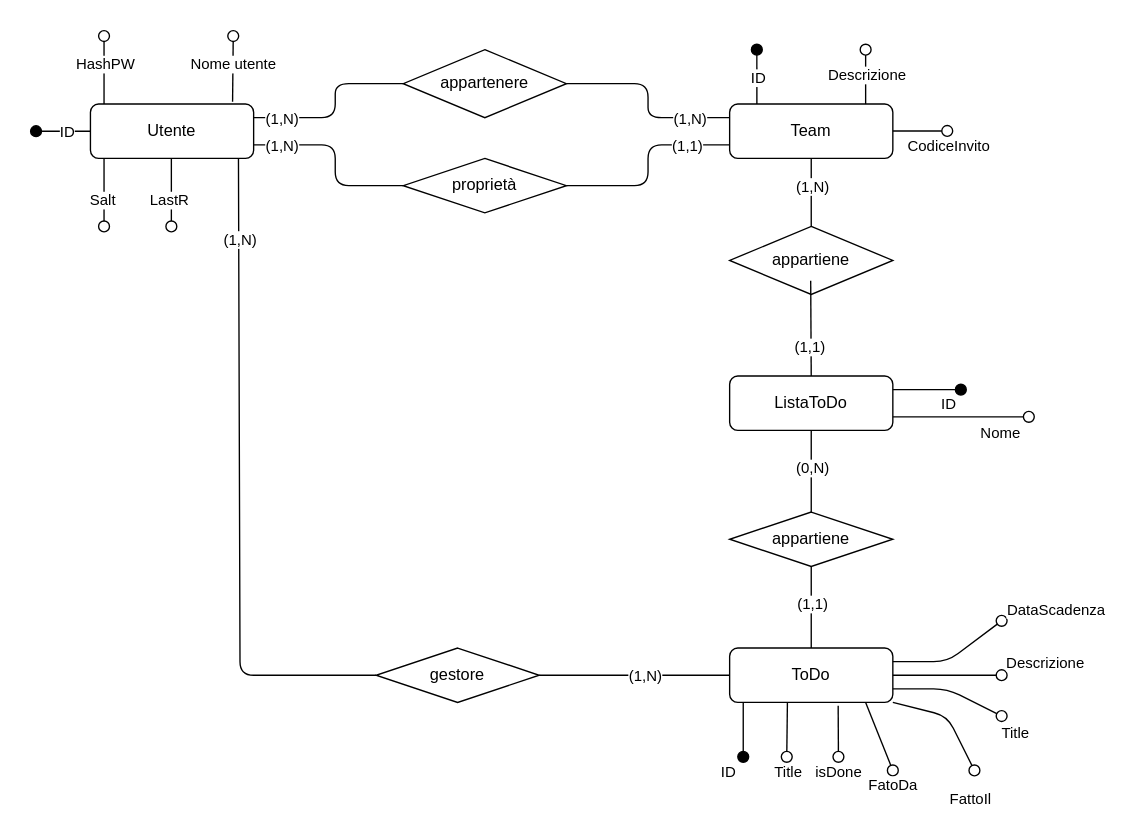
Above: ERdiagram.drawio in Slasto/TaskTeam (draw.io), before the change. Source tidied: cells renumbered, new cells numbered last; positions are measured from the earlier drawing's top-left corner, leaving out a move shared by most shapes. Both pictures are drawn from the tidied source at 136%, with x=0, y=0 at pixel (35, 35).
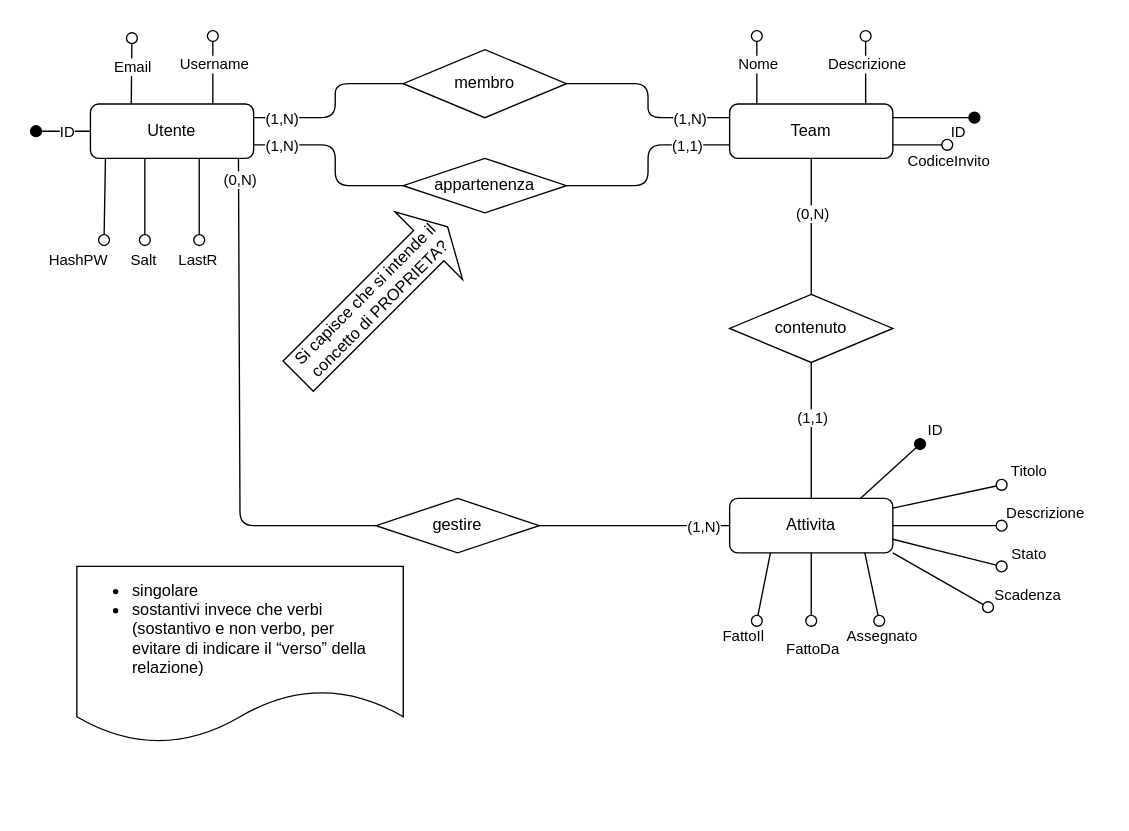
The same diagram, later.

Unchanged cells that the change refers to:
```xml
<mxCell id="2" value="Utente" style="rounded=1;whiteSpace=wrap;html=1;gradientColor=none;shadow=0;glass=0;" parent="1" vertex="1">
  <mxGeometry x="40" y="50" width="120" height="40" as="geometry" />
</mxCell>
<mxCell id="14" value="Team" style="rounded=1;whiteSpace=wrap;html=1;gradientColor=none;shadow=0;glass=0;" parent="1" vertex="1">
  <mxGeometry x="510" y="50" width="120" height="40" as="geometry" />
</mxCell>
<mxCell id="28" style="endArrow=none;html=1;exitX=1;exitY=0.5;exitDx=0;exitDy=0;entryX=0;entryY=0.5;entryDx=0;entryDy=0;" parent="1" edge="1" source="21" target="3">
  <mxGeometry relative="1" as="geometry" />
</mxCell>
<mxCell id="30" style="endArrow=none;html=1;exitX=0.5;exitY=0;exitDx=0;exitDy=0;entryX=0.5;entryY=1;entryDx=0;entryDy=0;" parent="1" edge="1" source="19" target="14">
  <mxGeometry relative="1" as="geometry" />
</mxCell>
```

Change to the diagram source:
```diff
@@
-    <mxCell id="3" value="ToDo" style="rounded=1;whiteSpace=wrap;html=1;gradientColor=none;shadow=0;glass=0;" parent="1" vertex="1">
-      <mxGeometry x="510" y="450" width="120" height="40" as="geometry" />
+    <mxCell id="3" value="Attivita" style="rounded=1;whiteSpace=wrap;html=1;gradientColor=none;shadow=0;glass=0;" parent="1" vertex="1">
+      <mxGeometry x="510" y="340" width="120" height="40" as="geometry" />
     </mxCell>
@@
-    <mxCell id="6" style="html=1;verticalAlign=bottom;labelBackgroundColor=none;endArrow=oval;endFill=0;endSize=8;" parent="1" edge="1">
+    <mxCell id="6" style="html=1;verticalAlign=bottom;labelBackgroundColor=none;endArrow=oval;endFill=0;endSize=8;exitX=0.092;exitY=1.003;exitDx=0;exitDy=0;exitPerimeter=0;" parent="1" edge="1" source="2">
       <mxGeometry relative="1" as="geometry">
-        <mxPoint x="50" y="50" as="sourcePoint" />
-        <mxPoint x="50" as="targetPoint" />
+        <mxPoint x="50" y="150" as="targetPoint" />
       </mxGeometry>
     </mxCell>
     <mxCell id="7" value="HashPW" style="edgeLabel;html=1;align=center;verticalAlign=middle;" parent="6" vertex="1">
       <mxGeometry x="0.58" y="-1" relative="1" as="geometry">
-        <mxPoint x="-1" y="10" as="offset" />
+        <mxPoint x="-19" y="27" as="offset" />
       </mxGeometry>
     </mxCell>
-    <mxCell id="8" style="html=1;verticalAlign=bottom;labelBackgroundColor=none;endArrow=oval;endFill=0;endSize=8;exitX=0.871;exitY=-0.04;exitDx=0;exitDy=0;exitPerimeter=0;" parent="1" edge="1" source="2">
+    <mxCell id="8" style="html=1;verticalAlign=bottom;labelBackgroundColor=none;endArrow=oval;endFill=0;endSize=8;exitX=0.75;exitY=0;exitDx=0;exitDy=0;" parent="1" edge="1" source="2">
       <mxGeometry relative="1" as="geometry">
-        <mxPoint x="145" as="targetPoint" />
+        <mxPoint x="130" as="targetPoint" />
       </mxGeometry>
     </mxCell>
-    <mxCell id="9" value="Nome utente" style="edgeLabel;html=1;align=center;verticalAlign=middle;" parent="8" vertex="1">
+    <mxCell id="9" value="Username" style="edgeLabel;html=1;align=center;verticalAlign=middle;" parent="8" vertex="1">
       <mxGeometry x="0.58" y="-1" relative="1" as="geometry">
         <mxPoint x="-1" y="10" as="offset" />
       </mxGeometry>
     </mxCell>
     <mxCell id="10" style="html=1;verticalAlign=bottom;labelBackgroundColor=none;endArrow=oval;endFill=0;endSize=8;" parent="1" edge="1">
       <mxGeometry relative="1" as="geometry">
-        <mxPoint x="50" y="90" as="sourcePoint" />
-        <mxPoint x="50" y="140" as="targetPoint" />
+        <mxPoint x="80" y="90" as="sourcePoint" />
+        <mxPoint x="80" y="150" as="targetPoint" />
       </mxGeometry>
     </mxCell>
     <mxCell id="11" value="Salt" style="edgeLabel;html=1;align=center;verticalAlign=middle;" parent="10" vertex="1">
       <mxGeometry x="0.58" y="-1" relative="1" as="geometry">
-        <mxPoint x="-1" y="-10" as="offset" />
+        <mxPoint x="-1" y="27" as="offset" />
       </mxGeometry>
     </mxCell>
     <mxCell id="12" style="html=1;verticalAlign=bottom;labelBackgroundColor=none;endArrow=oval;endFill=0;endSize=8;" parent="1" edge="1">
       <mxGeometry relative="1" as="geometry">
-        <mxPoint x="99.5" y="90" as="sourcePoint" />
-        <mxPoint x="99.5" y="140" as="targetPoint" />
+        <mxPoint x="120" y="90" as="sourcePoint" />
+        <mxPoint x="120" y="150" as="targetPoint" />
       </mxGeometry>
     </mxCell>
     <mxCell id="13" value="LastR" style="edgeLabel;html=1;align=center;verticalAlign=middle;" parent="12" vertex="1">
       <mxGeometry x="0.58" y="-1" relative="1" as="geometry">
-        <mxPoint x="-1" y="-10" as="offset" />
+        <mxPoint x="-1" y="27" as="offset" />
       </mxGeometry>
     </mxCell>
@@
-    <mxCell id="15" style="html=1;verticalAlign=bottom;labelBackgroundColor=none;endArrow=oval;endFill=1;endSize=8;exitX=0.167;exitY=0;exitDx=0;exitDy=0;exitPerimeter=0;" parent="1" edge="1" source="14">
+    <mxCell id="15" style="html=1;verticalAlign=bottom;labelBackgroundColor=none;endArrow=oval;endFill=1;endSize=8;exitX=1;exitY=0.25;exitDx=0;exitDy=0;" parent="1" edge="1" source="14">
       <mxGeometry relative="1" as="geometry">
-        <mxPoint x="530" y="10" as="targetPoint" />
+        <mxPoint x="690" y="60" as="targetPoint" />
       </mxGeometry>
     </mxCell>
@@
     <mxCell id="17" style="html=1;verticalAlign=bottom;labelBackgroundColor=none;endArrow=oval;endFill=0;endSize=8;exitX=0.917;exitY=0;exitDx=0;exitDy=0;exitPerimeter=0;" parent="1" edge="1">
       <mxGeometry relative="1" as="geometry">
         <mxPoint x="610" y="50" as="sourcePoint" />
-        <mxPoint x="610" y="10" as="targetPoint" />
+        <mxPoint x="610" as="targetPoint" />
         <Array as="points">
           <mxPoint x="610" y="40" />
         </Array>
       </mxGeometry>
     </mxCell>
@@
-    <mxCell id="19" value="appartiene" style="rhombus;whiteSpace=wrap;html=1;rounded=0;" parent="1" vertex="1">
-      <mxGeometry x="510" y="140" width="120" height="50" as="geometry" />
+    <mxCell id="19" value="contenuto" style="rhombus;whiteSpace=wrap;html=1;rounded=0;" parent="1" vertex="1">
+      <mxGeometry x="510" y="190" width="120" height="50" as="geometry" />
     </mxCell>
-    <mxCell id="20" value="appartenere" style="rhombus;whiteSpace=wrap;html=1;" parent="1" vertex="1">
+    <mxCell id="20" value="membro" style="rhombus;whiteSpace=wrap;html=1;" parent="1" vertex="1">
       <mxGeometry x="270" y="10" width="120" height="50" as="geometry" />
     </mxCell>
-    <mxCell id="21" value="gestore" style="rhombus;whiteSpace=wrap;html=1;" parent="1" vertex="1">
-      <mxGeometry x="250" y="450" width="120" height="40" as="geometry" />
+    <mxCell id="21" value="gestire" style="rhombus;whiteSpace=wrap;html=1;" parent="1" vertex="1">
+      <mxGeometry x="250" y="340" width="120" height="40" as="geometry" />
     </mxCell>
@@
     <mxCell id="26" style="endArrow=none;html=1;exitX=0.907;exitY=1.007;exitDx=0;exitDy=0;entryX=0;entryY=0.5;entryDx=0;entryDy=0;exitPerimeter=0;" parent="1" edge="1" source="2" target="21">
       <mxGeometry relative="1" as="geometry">
         <Array as="points">
-          <mxPoint x="150" y="470" />
+          <mxPoint x="150" y="360" />
         </Array>
       </mxGeometry>
     </mxCell>
-    <mxCell id="27" value="(1,N)" style="edgeLabel;html=1;align=center;verticalAlign=middle;" parent="26" vertex="1">
+    <mxCell id="27" value="(0,N)" style="edgeLabel;html=1;align=center;verticalAlign=middle;" parent="26" vertex="1">
       <mxGeometry x="0.4" relative="1" as="geometry">
-        <mxPoint y="-277" as="offset" />
+        <mxPoint y="-244" as="offset" />
       </mxGeometry>
     </mxCell>
@@
     <mxCell id="29" value="(1,N)" style="edgeLabel;html=1;align=center;verticalAlign=middle;" parent="28" vertex="1">
       <mxGeometry x="0.36" y="-2" relative="1" as="geometry">
-        <mxPoint x="-18" y="-2" as="offset" />
+        <mxPoint x="25" y="-2" as="offset" />
       </mxGeometry>
     </mxCell>
@@
-    <mxCell id="31" value="(1,N)" style="edgeLabel;html=1;align=center;verticalAlign=middle;" parent="30" vertex="1">
+    <mxCell id="31" value="(0,N)" style="edgeLabel;html=1;align=center;verticalAlign=middle;" parent="30" vertex="1">
       <mxGeometry x="0.19" relative="1" as="geometry" />
     </mxCell>
-    <mxCell id="32" style="endArrow=none;html=1;exitX=0.5;exitY=0;exitDx=0;exitDy=0;entryX=0.5;entryY=1;entryDx=0;entryDy=0;" parent="1" edge="1" source="39">
-      <mxGeometry relative="1" as="geometry">
-        <mxPoint x="569.6" y="180" as="targetPoint" />
-      </mxGeometry>
-    </mxCell>
-    <mxCell id="33" value="(1,1)" style="edgeLabel;html=1;align=center;verticalAlign=middle;" parent="32" vertex="1">
-      <mxGeometry x="-0.36" y="1" relative="1" as="geometry" />
-    </mxCell>
-    <mxCell id="34" value="proprietà" style="rhombus;whiteSpace=wrap;html=1;" parent="1" vertex="1">
+    <mxCell id="34" value="appartenenza" style="rhombus;whiteSpace=wrap;html=1;" parent="1" vertex="1">
       <mxGeometry x="270" y="90" width="120" height="40" as="geometry" />
     </mxCell>
@@
-    <mxCell id="39" value="ListaToDo" style="rounded=1;whiteSpace=wrap;html=1;gradientColor=none;shadow=0;glass=0;" parent="1" vertex="1">
-      <mxGeometry x="510" y="250" width="120" height="40" as="geometry" />
-    </mxCell>
-    <mxCell id="40" value="appartiene" style="rhombus;whiteSpace=wrap;html=1;" parent="1" vertex="1">
-      <mxGeometry x="510" y="350" width="120" height="40" as="geometry" />
-    </mxCell>
-    <mxCell id="41" style="endArrow=none;html=1;entryX=0.5;entryY=1;entryDx=0;entryDy=0;exitX=0.5;exitY=0;exitDx=0;exitDy=0;" parent="1" edge="1" source="40" target="39">
-      <mxGeometry relative="1" as="geometry" />
-    </mxCell>
-    <mxCell id="42" value="(0,N)" style="edgeLabel;html=1;align=center;verticalAlign=middle;" parent="41" vertex="1">
-      <mxGeometry x="0.37" y="2" relative="1" as="geometry">
-        <mxPoint x="2" y="8" as="offset" />
-      </mxGeometry>
-    </mxCell>
-    <mxCell id="43" style="endArrow=none;html=1;entryX=0.5;entryY=1;entryDx=0;entryDy=0;exitX=0.5;exitY=0;exitDx=0;exitDy=0;" parent="1" edge="1" source="3" target="40">
+    <mxCell id="43" style="endArrow=none;html=1;entryX=0.5;entryY=1;entryDx=0;entryDy=0;exitX=0.5;exitY=0;exitDx=0;exitDy=0;" parent="1" edge="1" source="3" target="19">
       <mxGeometry relative="1" as="geometry" />
     </mxCell>
@@
-    <mxCell id="45" style="html=1;verticalAlign=bottom;labelBackgroundColor=none;endArrow=oval;endFill=1;endSize=8;exitX=1;exitY=0.5;exitDx=0;exitDy=0;" parent="1" edge="1">
-      <mxGeometry relative="1" as="geometry">
-        <mxPoint x="630" y="260" as="sourcePoint" />
-        <mxPoint x="680" y="260" as="targetPoint" />
-      </mxGeometry>
-    </mxCell>
-    <mxCell id="46" value="ID" style="edgeLabel;html=1;align=center;verticalAlign=middle;" parent="45" vertex="1">
-      <mxGeometry x="0.54" y="1" relative="1" as="geometry">
-        <mxPoint x="1" y="11" as="offset" />
-      </mxGeometry>
-    </mxCell>
-    <mxCell id="47" style="html=1;verticalAlign=bottom;labelBackgroundColor=none;endArrow=oval;endFill=0;endSize=8;exitX=1;exitY=0.75;exitDx=0;exitDy=0;" parent="1" edge="1" source="39">
-      <mxGeometry relative="1" as="geometry">
-        <mxPoint x="730" y="280" as="targetPoint" />
-        <Array as="points">
-          <mxPoint x="690" y="280" />
-        </Array>
-      </mxGeometry>
-    </mxCell>
-    <mxCell id="48" value="Nome" style="edgeLabel;html=1;align=center;verticalAlign=middle;" parent="47" vertex="1">
-      <mxGeometry x="0.58" y="-1" relative="1" as="geometry">
-        <mxPoint x="-1" y="10" as="offset" />
-      </mxGeometry>
-    </mxCell>
-    <mxCell id="49" style="html=1;verticalAlign=bottom;labelBackgroundColor=none;endArrow=oval;endFill=1;endSize=8;" parent="1" edge="1">
+    <mxCell id="49" style="html=1;verticalAlign=bottom;labelBackgroundColor=none;endArrow=oval;endFill=1;endSize=8;exitX=0.801;exitY=0.002;exitDx=0;exitDy=0;exitPerimeter=0;" parent="1" edge="1" source="3">
       <mxGeometry relative="1" as="geometry">
-        <mxPoint x="520" y="490" as="sourcePoint" />
-        <mxPoint x="520" y="530" as="targetPoint" />
+        <mxPoint x="650" y="300" as="targetPoint" />
       </mxGeometry>
     </mxCell>
     <mxCell id="50" value="ID" style="edgeLabel;html=1;align=center;verticalAlign=middle;" parent="49" vertex="1">
       <mxGeometry x="0.67" y="1" relative="1" as="geometry">
-        <mxPoint x="-13" y="17" as="offset" />
+        <mxPoint x="18" y="-16" as="offset" />
       </mxGeometry>
     </mxCell>
-    <mxCell id="51" style="html=1;verticalAlign=bottom;labelBackgroundColor=none;endArrow=oval;endFill=0;endSize=8;exitX=0.354;exitY=1.004;exitDx=0;exitDy=0;exitPerimeter=0;" parent="1" edge="1" source="3">
+    <mxCell id="51" style="html=1;verticalAlign=bottom;labelBackgroundColor=none;endArrow=oval;endFill=0;endSize=8;" parent="1" edge="1" source="3">
       <mxGeometry relative="1" as="geometry">
-        <mxPoint x="552" y="530" as="targetPoint" />
+        <mxPoint x="710" y="330" as="targetPoint" />
       </mxGeometry>
     </mxCell>
-    <mxCell id="52" value="Title" style="edgeLabel;html=1;align=center;verticalAlign=middle;" parent="51" vertex="1">
+    <mxCell id="52" value="Titolo" style="edgeLabel;html=1;align=center;verticalAlign=middle;" parent="51" vertex="1">
       <mxGeometry x="0.67" y="1" relative="1" as="geometry">
-        <mxPoint x="-1" y="17" as="offset" />
+        <mxPoint x="33" y="-12" as="offset" />
       </mxGeometry>
     </mxCell>
     <mxCell id="53" style="html=1;verticalAlign=bottom;labelBackgroundColor=none;endArrow=oval;endFill=0;endSize=8;exitX=1;exitY=0.5;exitDx=0;exitDy=0;" parent="1" edge="1" source="3">
       <mxGeometry relative="1" as="geometry">
-        <mxPoint x="710" y="470" as="targetPoint" />
+        <mxPoint x="710" y="360" as="targetPoint" />
         <Array as="points">
-          <mxPoint x="670" y="470" />
+          <mxPoint x="670" y="360" />
         </Array>
       </mxGeometry>
     </mxCell>
@@
-    <mxCell id="55" style="html=1;verticalAlign=bottom;labelBackgroundColor=none;endArrow=oval;endFill=0;endSize=8;exitX=1;exitY=0.25;exitDx=0;exitDy=0;" parent="1" edge="1" source="3">
-      <mxGeometry relative="1" as="geometry">
-        <mxPoint x="710" y="430" as="targetPoint" />
-        <Array as="points">
-          <mxPoint x="670" y="460" />
-        </Array>
-      </mxGeometry>
-    </mxCell>
-    <mxCell id="56" value="DataScadenza" style="edgeLabel;html=1;align=center;verticalAlign=middle;rotation=0;" parent="55" vertex="1">
-      <mxGeometry x="0.55" y="-1" relative="1" as="geometry">
-        <mxPoint x="55" y="-21" as="offset" />
-      </mxGeometry>
-    </mxCell>
     <mxCell id="57" style="html=1;verticalAlign=bottom;labelBackgroundColor=none;endArrow=oval;endFill=0;endSize=8;exitX=1;exitY=0.75;exitDx=0;exitDy=0;" parent="1" edge="1" source="3">
       <mxGeometry relative="1" as="geometry">
-        <mxPoint x="710" y="500" as="targetPoint" />
+        <mxPoint x="710" y="390" as="targetPoint" />
         <Array as="points">
-          <mxPoint x="670" y="480" />
+          <mxPoint x="670" y="380" />
         </Array>
       </mxGeometry>
     </mxCell>
-    <mxCell id="58" value="Title" style="edgeLabel;html=1;align=center;verticalAlign=middle;" parent="57" vertex="1">
+    <mxCell id="58" value="Stato" style="edgeLabel;html=1;align=center;verticalAlign=middle;" parent="57" vertex="1">
       <mxGeometry x="0.54" y="-1" relative="1" as="geometry">
-        <mxPoint x="28" y="20" as="offset" />
+        <mxPoint x="39" y="-6" as="offset" />
       </mxGeometry>
     </mxCell>
-    <mxCell id="59" style="html=1;verticalAlign=bottom;labelBackgroundColor=none;endArrow=oval;endFill=0;endSize=8;exitX=1;exitY=0.5;exitDx=0;exitDy=0;" parent="1" edge="1">
-      <mxGeometry relative="1" as="geometry">
-        <mxPoint x="630" y="69.8" as="sourcePoint" />
-        <mxPoint x="670" y="69.8" as="targetPoint" />
-      </mxGeometry>
-    </mxCell>
-    <mxCell id="60" value="CodiceInvito" style="edgeLabel;html=1;align=center;verticalAlign=middle;" parent="59" vertex="1">
-      <mxGeometry x="0.58" y="-1" relative="1" as="geometry">
-        <mxPoint x="8" y="10" as="offset" />
-      </mxGeometry>
-    </mxCell>
-    <mxCell id="61" style="html=1;verticalAlign=bottom;labelBackgroundColor=none;endArrow=oval;endFill=0;endSize=8;exitX=0.665;exitY=1.061;exitDx=0;exitDy=0;exitPerimeter=0;" parent="1" edge="1" source="3">
-      <mxGeometry relative="1" as="geometry">
-        <mxPoint x="590" y="530" as="targetPoint" />
-      </mxGeometry>
-    </mxCell>
-    <mxCell id="62" value="isDone" style="edgeLabel;html=1;align=center;verticalAlign=middle;" parent="61" vertex="1">
-      <mxGeometry x="0.67" y="1" relative="1" as="geometry">
-        <mxPoint x="-1" y="17" as="offset" />
-      </mxGeometry>
-    </mxCell>
-    <mxCell id="63" style="html=1;verticalAlign=bottom;labelBackgroundColor=none;endArrow=oval;endFill=0;endSize=8;" parent="1" edge="1">
+    <mxCell id="63" style="html=1;verticalAlign=bottom;labelBackgroundColor=none;endArrow=oval;endFill=0;endSize=8;exitX=0.828;exitY=0.995;exitDx=0;exitDy=0;exitPerimeter=0;" parent="1" edge="1" source="3">
       <mxGeometry relative="1" as="geometry">
-        <mxPoint x="610" y="490" as="sourcePoint" />
-        <mxPoint x="630" y="540" as="targetPoint" />
+        <mxPoint x="620" y="430" as="targetPoint" />
       </mxGeometry>
     </mxCell>
-    <mxCell id="64" value="FatoDa" style="edgeLabel;html=1;align=center;verticalAlign=middle;" parent="63" vertex="1">
+    <mxCell id="64" value="Assegnato" style="edgeLabel;html=1;align=center;verticalAlign=middle;" parent="63" vertex="1">
       <mxGeometry x="0.67" y="1" relative="1" as="geometry">
         <mxPoint x="2" y="19" as="offset" />
       </mxGeometry>
     </mxCell>
-    <mxCell id="65" style="html=1;verticalAlign=bottom;labelBackgroundColor=none;endArrow=oval;endFill=0;endSize=8;" parent="1" edge="1">
+    <mxCell id="65" style="html=1;verticalAlign=bottom;labelBackgroundColor=none;endArrow=oval;endFill=0;endSize=8;exitX=1;exitY=1;exitDx=0;exitDy=0;" parent="1" edge="1" source="3">
       <mxGeometry relative="1" as="geometry">
-        <mxPoint x="630" y="490" as="sourcePoint" />
-        <mxPoint x="690" y="540" as="targetPoint" />
-        <Array as="points">
-          <mxPoint x="670" y="500" />
-        </Array>
+        <mxPoint x="700" y="420" as="targetPoint" />
       </mxGeometry>
     </mxCell>
-    <mxCell id="66" value="FattoIl&lt;br&gt;                " style="edgeLabel;html=1;align=center;verticalAlign=middle;" parent="65" vertex="1">
+    <mxCell id="66" value="Scadenza&lt;br&gt;                " style="edgeLabel;html=1;align=center;verticalAlign=middle;" parent="65" vertex="1">
       <mxGeometry x="0.67" y="1" relative="1" as="geometry">
-        <mxPoint x="2" y="33" as="offset" />
+        <mxPoint x="40" y="-2" as="offset" />
       </mxGeometry>
     </mxCell>
+    <mxCell id="67" style="html=1;verticalAlign=bottom;labelBackgroundColor=none;endArrow=oval;endFill=0;endSize=8;exitX=0.871;exitY=-0.04;exitDx=0;exitDy=0;exitPerimeter=0;" parent="1" edge="1">
+      <mxGeometry relative="1" as="geometry">
+        <mxPoint x="70" y="50" as="sourcePoint" />
+        <mxPoint x="70.5" y="1.6" as="targetPoint" />
+      </mxGeometry>
+    </mxCell>
+    <mxCell id="68" value="Email" style="edgeLabel;html=1;align=center;verticalAlign=middle;" parent="67" vertex="1">
+      <mxGeometry x="0.58" y="-1" relative="1" as="geometry">
+        <mxPoint x="-1" y="10" as="offset" />
+      </mxGeometry>
+    </mxCell>
+    <mxCell id="69" style="html=1;verticalAlign=bottom;labelBackgroundColor=none;endArrow=oval;endFill=0;endSize=8;exitX=0.917;exitY=0;exitDx=0;exitDy=0;exitPerimeter=0;" parent="1" edge="1">
+      <mxGeometry relative="1" as="geometry">
+        <mxPoint x="530" y="50" as="sourcePoint" />
+        <mxPoint x="530" as="targetPoint" />
+        <Array as="points">
+          <mxPoint x="530" y="40" />
+        </Array>
+      </mxGeometry>
+    </mxCell>
+    <mxCell id="48" value="Nome" style="edgeLabel;html=1;align=center;verticalAlign=middle;" parent="69" vertex="1">
+      <mxGeometry x="0.58" y="-1" relative="1" as="geometry">
+        <mxPoint x="-1" y="10" as="offset" />
+      </mxGeometry>
+    </mxCell>
+    <mxCell id="70" style="html=1;verticalAlign=bottom;labelBackgroundColor=none;endArrow=oval;endFill=0;endSize=8;exitX=1;exitY=0.75;exitDx=0;exitDy=0;" parent="1" edge="1" source="14">
+      <mxGeometry relative="1" as="geometry">
+        <mxPoint x="670" y="80" as="targetPoint" />
+      </mxGeometry>
+    </mxCell>
+    <mxCell id="60" value="CodiceInvito" style="edgeLabel;html=1;align=center;verticalAlign=middle;" parent="70" vertex="1">
+      <mxGeometry x="0.58" y="-1" relative="1" as="geometry">
+        <mxPoint x="8" y="10" as="offset" />
+      </mxGeometry>
+    </mxCell>
+    <mxCell id="71" style="html=1;verticalAlign=bottom;labelBackgroundColor=none;endArrow=oval;endFill=0;endSize=8;exitX=0.5;exitY=1;exitDx=0;exitDy=0;" parent="1" edge="1" source="3">
+      <mxGeometry relative="1" as="geometry">
+        <mxPoint x="570" y="430" as="targetPoint" />
+      </mxGeometry>
+    </mxCell>
+    <mxCell id="72" value="FattoDa" style="edgeLabel;html=1;align=center;verticalAlign=middle;" parent="71" vertex="1">
+      <mxGeometry x="0.67" y="1" relative="1" as="geometry">
+        <mxPoint x="-1" y="28" as="offset" />
+      </mxGeometry>
+    </mxCell>
+    <mxCell id="73" style="html=1;verticalAlign=bottom;labelBackgroundColor=none;endArrow=oval;endFill=0;endSize=8;exitX=0.25;exitY=1;exitDx=0;exitDy=0;" parent="1" edge="1" source="3">
+      <mxGeometry relative="1" as="geometry">
+        <mxPoint x="530" y="430" as="targetPoint" />
+      </mxGeometry>
+    </mxCell>
+    <mxCell id="74" value="FattoIl" style="edgeLabel;html=1;align=center;verticalAlign=middle;" parent="73" vertex="1">
+      <mxGeometry x="0.67" y="1" relative="1" as="geometry">
+        <mxPoint x="-13" y="18" as="offset" />
+      </mxGeometry>
+    </mxCell>
+    <mxCell id="75" value="&lt;div style=&quot;text-align: left;&quot;&gt;&lt;ul&gt;&lt;li&gt;singolare&lt;/li&gt;&lt;li&gt;sostantivi invece che verbi (sostantivo e non verbo, per evitare&amp;nbsp;&lt;span style=&quot;background-color: initial;&quot;&gt;di indicare il “verso” della relazione)&lt;/span&gt;&lt;/li&gt;&lt;/ul&gt;&lt;/div&gt;" style="shape=document;whiteSpace=wrap;html=1;boundedLbl=1;" parent="1" vertex="1">
+      <mxGeometry x="30" y="390" width="240" height="130" as="geometry" />
+    </mxCell>
+    <mxCell id="76" value="Si capisce che si intende il concetto di PROPRIETA?" style="shape=singleArrow;whiteSpace=wrap;html=1;arrowWidth=0.4473812514650435;arrowSize=0.12635197543426033;rotation=-45;" parent="1" vertex="1">
+      <mxGeometry x="170" y="160" width="155.4" height="70.3" as="geometry" />
+    </mxCell>
```
